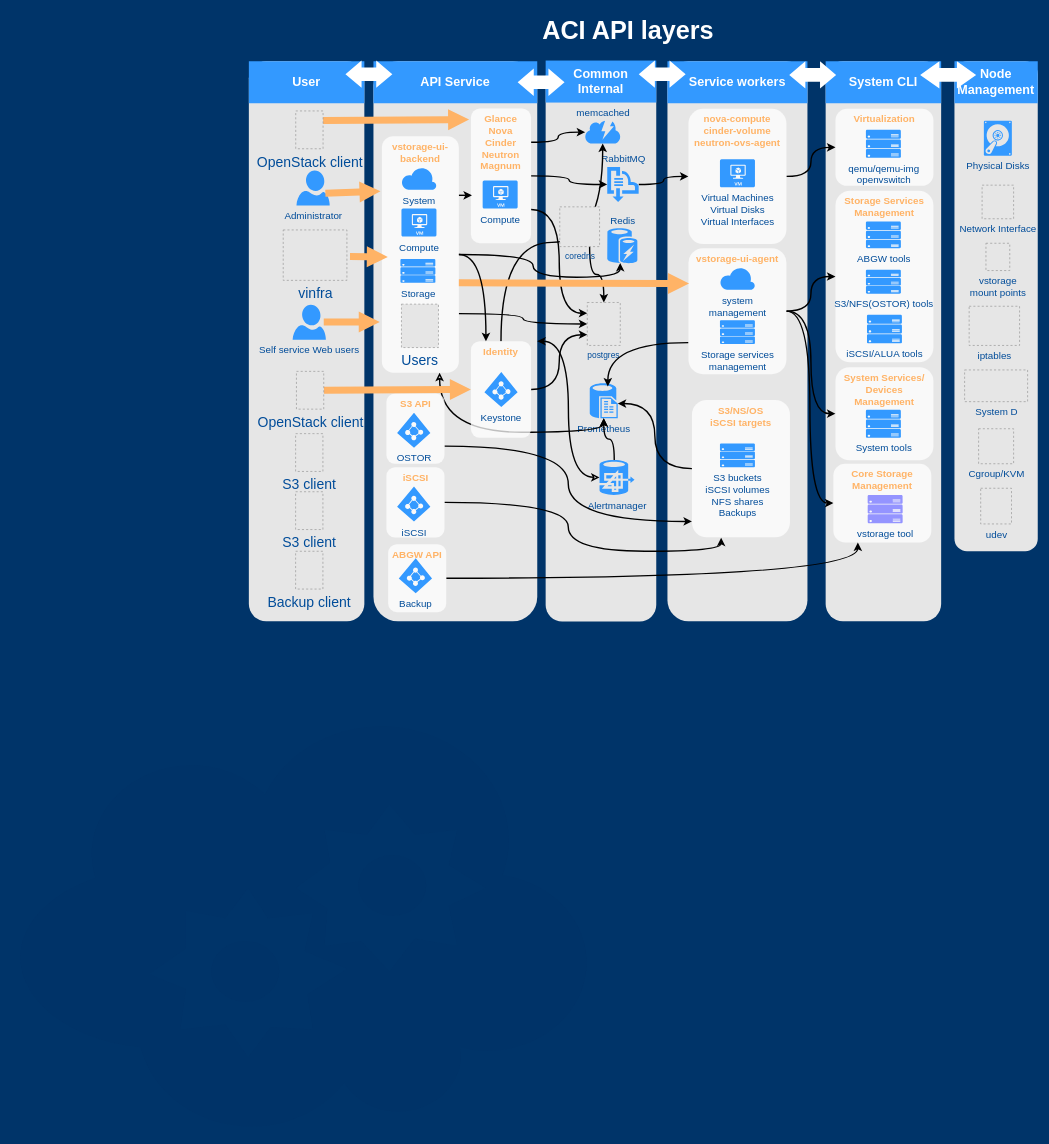
The draw.io diagram ACI-architecture.drawio in mnestratov/diagrams, before the edit. Source tidied: cells renumbered, new cells numbered last; positions are measured from the earlier drawing's top-left corner, leaving out a move shared by most shapes. Both pictures are drawn from the tidied source at 70%, with x=0, y=0 at pixel (12, 12). Pictures stored in the file or linked from it are replaced by grey dashed boxes.
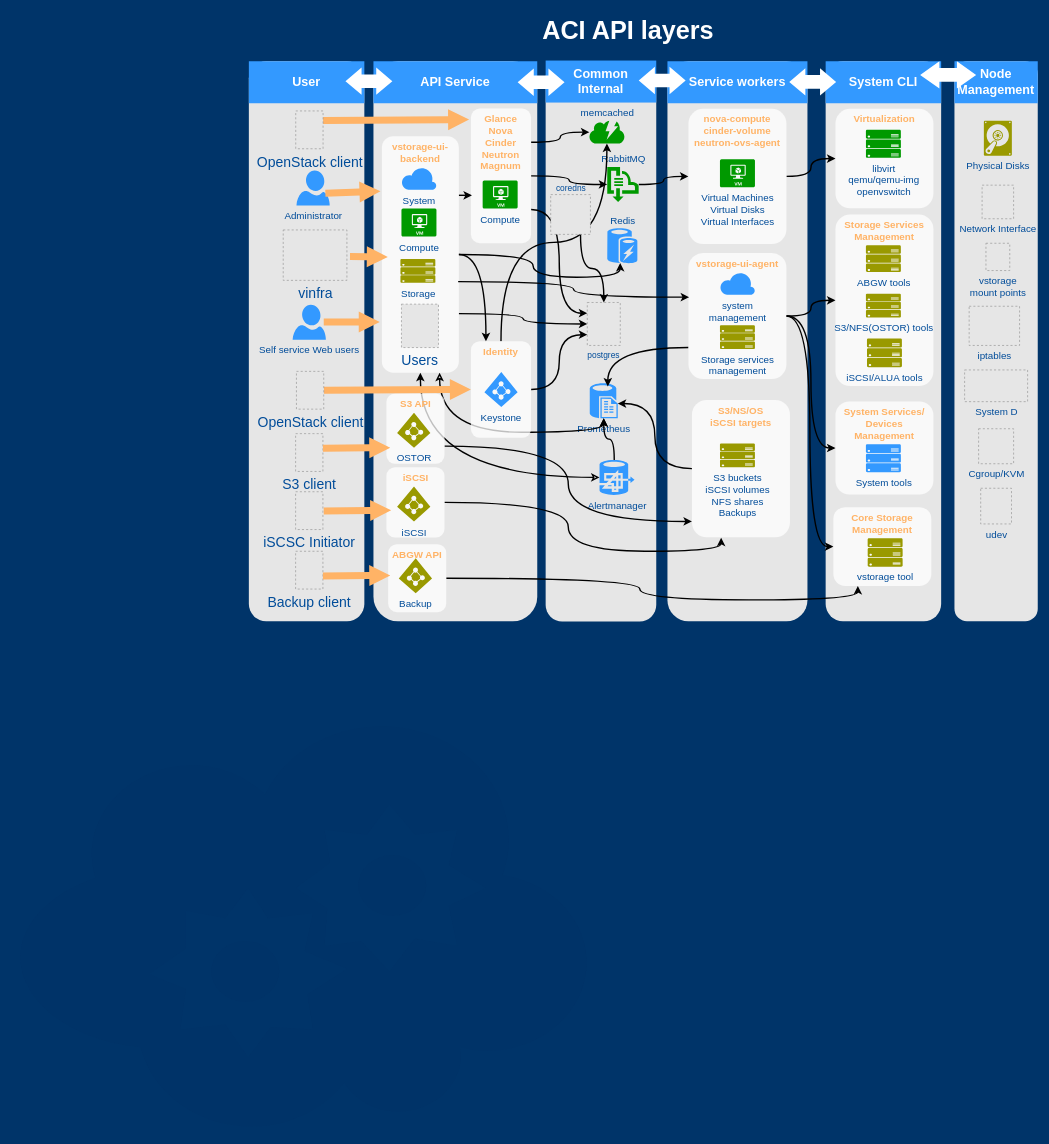
Above is the later version.

Unchanged cells that the change refers to:
```xml
<mxCell id="6" style="rounded=1;whiteSpace=wrap;html=1;dashed=1;strokeColor=none;strokeWidth=2;fillColor=#E6E6E6;fontFamily=Verdana;fontSize=12;fontColor=#00BEF2;" parent="1" vertex="1">
  <mxGeometry x="516" y="70" width="234" height="800" as="geometry" />
</mxCell>
<mxCell id="23" value="Alertmanager" style="verticalLabelPosition=bottom;html=1;verticalAlign=top;strokeColor=none;fillColor=#3399FF;shape=mxgraph.azure.hdinsight;dashed=1;fontSize=14;fontColor=#004C99;" parent="1" vertex="1">
  <mxGeometry x="839" y="639.5" width="50" height="50" as="geometry" />
</mxCell>
<mxCell id="38" value="vstorage-ui-backend" style="rounded=1;whiteSpace=wrap;html=1;dashed=1;strokeColor=none;strokeWidth=2;fillColor=#FFFFFF;fontFamily=Helvetica;fontSize=14;fontColor=#FFB366;opacity=75;verticalAlign=top;fontStyle=1;" parent="1" vertex="1">
  <mxGeometry x="528" y="177" width="110" height="338" as="geometry" />
</mxCell>
```

Diff of the diagram source:
```diff
@@
     <mxCell id="8" style="rounded=1;whiteSpace=wrap;html=1;dashed=1;strokeColor=none;strokeWidth=2;fillColor=#E6E6E6;fontFamily=Verdana;fontSize=12;fontColor=#00BEF2;" parent="1" vertex="1">
-      <mxGeometry x="1346" y="70" width="119" height="700" as="geometry" />
+      <mxGeometry x="1346" y="70" width="119" height="800" as="geometry" />
     </mxCell>
@@
     <mxCell id="14" style="shape=mxgraph.arrows.two_way_arrow_horizontal;html=1;verticalLabelPosition=bottom;verticalAlign=top;strokeWidth=2;strokeColor=none;dashed=1;fillColor=#FFFFFF;fontFamily=Verdana;fontSize=12;fontColor=#00BEF2;" parent="1" vertex="1">
-      <mxGeometry x="476" y="69" width="67" height="39" as="geometry" />
+      <mxGeometry x="476" y="79" width="67" height="39" as="geometry" />
     </mxCell>
     <mxCell id="15" style="shape=mxgraph.arrows.two_way_arrow_horizontal;html=1;verticalLabelPosition=bottom;verticalAlign=top;strokeWidth=2;strokeColor=none;dashed=1;fillColor=#FFFFFF;fontFamily=Verdana;fontSize=12;fontColor=#00BEF2;" parent="1" vertex="1">
-      <mxGeometry x="895" y="69" width="67" height="39" as="geometry" />
+      <mxGeometry x="895" y="78" width="67" height="39" as="geometry" />
     </mxCell>
     <mxCell id="16" style="shape=mxgraph.arrows.two_way_arrow_horizontal;html=1;verticalLabelPosition=bottom;verticalAlign=top;strokeWidth=2;strokeColor=none;dashed=1;fillColor=#FFFFFF;fontFamily=Verdana;fontSize=12;fontColor=#00BEF2;" parent="1" vertex="1">
-      <mxGeometry x="1110" y="70" width="67" height="39" as="geometry" />
+      <mxGeometry x="1110" y="80" width="67" height="39" as="geometry" />
     </mxCell>
@@
-    <mxCell id="22" style="edgeStyle=orthogonalEdgeStyle;curved=1;rounded=0;jettySize=auto;html=1;fontSize=12;fontColor=#004C99;startArrow=classic;startFill=0;strokeColor=default;strokeWidth=2;fillColor=default;" parent="1" edge="1" source="23" target="6">
+    <mxCell id="22" style="edgeStyle=orthogonalEdgeStyle;curved=1;rounded=0;jettySize=auto;html=1;fontSize=12;fontColor=#004C99;startArrow=classic;startFill=0;strokeColor=default;strokeWidth=2;fillColor=default;entryX=0.5;entryY=1;entryDx=0;entryDy=0;" parent="1" edge="1" source="23" target="38">
       <mxGeometry relative="1" as="geometry" />
     </mxCell>
@@
     <mxCell id="24" value="Storage Services Management" style="rounded=1;whiteSpace=wrap;html=1;dashed=1;strokeColor=none;strokeWidth=2;fillColor=#FFFFFF;fontFamily=Helvetica;fontSize=14;fontColor=#FFB366;opacity=75;verticalAlign=top;fontStyle=1;" parent="1" vertex="1">
-      <mxGeometry x="1176" y="255" width="140" height="245" as="geometry" />
+      <mxGeometry x="1176" y="289" width="140" height="245" as="geometry" />
     </mxCell>
-    <mxCell id="25" value="ABGW tools" style="verticalLabelPosition=bottom;html=1;verticalAlign=top;strokeColor=none;fillColor=#3399FF;shape=mxgraph.azure.server_rack;dashed=1;fontFamily=Helvetica;fontSize=14;fontColor=#004C99;" parent="1" vertex="1">
-      <mxGeometry x="1219.5" y="299" width="50" height="38" as="geometry" />
+    <mxCell id="25" value="ABGW tools" style="verticalLabelPosition=bottom;html=1;verticalAlign=top;strokeColor=none;fillColor=#999900;shape=mxgraph.azure.server_rack;dashed=1;fontFamily=Helvetica;fontSize=14;fontColor=#004C99;" parent="1" vertex="1">
+      <mxGeometry x="1219.5" y="333" width="50" height="38" as="geometry" />
     </mxCell>
@@
-    <mxCell id="31" value="memcached" style="verticalLabelPosition=top;html=1;verticalAlign=bottom;strokeColor=none;fillColor=#3399FF;shape=mxgraph.azure.content_delivery_network;dashed=1;fontFamily=Helvetica;fontSize=14;fontColor=#004C99;labelPosition=center;align=center;" parent="1" vertex="1">
-      <mxGeometry x="818.5" y="155" width="50" height="32.5" as="geometry" />
+    <mxCell id="31" value="memcached" style="verticalLabelPosition=top;html=1;verticalAlign=bottom;strokeColor=none;fillColor=#009900;shape=mxgraph.azure.content_delivery_network;dashed=1;fontFamily=Helvetica;fontSize=14;fontColor=#004C99;labelPosition=center;align=center;" parent="1" vertex="1">
+      <mxGeometry x="824.5" y="155" width="50" height="32.5" as="geometry" />
     </mxCell>
@@
-    <mxCell id="33" value="RabbitMQ" style="verticalLabelPosition=top;html=1;verticalAlign=bottom;strokeColor=none;fillColor=#3399FF;shape=mxgraph.azure.service_bus;dashed=1;fontFamily=Helvetica;fontSize=14;fontColor=#004C99;labelPosition=center;align=center;" parent="1" vertex="1">
+    <mxCell id="33" value="RabbitMQ" style="verticalLabelPosition=top;html=1;verticalAlign=bottom;strokeColor=none;fillColor=#009900;shape=mxgraph.azure.service_bus;dashed=1;fontFamily=Helvetica;fontSize=14;fontColor=#004C99;labelPosition=center;align=center;" parent="1" vertex="1">
       <mxGeometry x="850" y="221" width="45" height="50" as="geometry" />
     </mxCell>
@@
-    <mxCell id="40" value="Compute" style="verticalLabelPosition=bottom;html=1;verticalAlign=top;strokeColor=none;fillColor=#3399FF;shape=mxgraph.azure.virtual_machine;dashed=1;fontSize=14;fontColor=#004C99;" parent="1" vertex="1">
+    <mxCell id="40" value="Compute" style="verticalLabelPosition=bottom;html=1;verticalAlign=top;strokeColor=none;fillColor=#009900;shape=mxgraph.azure.virtual_machine;dashed=1;fontSize=14;fontColor=#004C99;" parent="1" vertex="1">
       <mxGeometry x="556" y="280.5" width="50" height="40" as="geometry" />
     </mxCell>
@@
-    <mxCell id="42" value="S3/NFS(OSTOR) tools" style="verticalLabelPosition=bottom;html=1;verticalAlign=top;strokeColor=none;fillColor=#3399FF;shape=mxgraph.azure.server_rack;dashed=1;fontFamily=Helvetica;fontSize=14;fontColor=#004C99;" parent="1" vertex="1">
-      <mxGeometry x="1219.5" y="368" width="50" height="34" as="geometry" />
+    <mxCell id="42" value="S3/NFS(OSTOR) tools" style="verticalLabelPosition=bottom;html=1;verticalAlign=top;strokeColor=none;fillColor=#999900;shape=mxgraph.azure.server_rack;dashed=1;fontFamily=Helvetica;fontSize=14;fontColor=#004C99;" parent="1" vertex="1">
+      <mxGeometry x="1219.5" y="402" width="50" height="34" as="geometry" />
     </mxCell>
-    <mxCell id="43" value="Physical Disks" style="verticalLabelPosition=bottom;html=1;verticalAlign=top;strokeColor=none;fillColor=#3399FF;shape=mxgraph.azure.vhd;dashed=1;fontFamily=Helvetica;fontSize=14;fontColor=#004C99;" parent="1" vertex="1">
+    <mxCell id="43" value="Physical Disks" style="verticalLabelPosition=bottom;html=1;verticalAlign=top;strokeColor=none;fillColor=#999900;shape=mxgraph.azure.vhd;dashed=1;fontFamily=Helvetica;fontSize=14;fontColor=#004C99;" parent="1" vertex="1">
       <mxGeometry x="1388" y="155" width="40" height="50" as="geometry" />
     </mxCell>
@@
-    <mxCell id="47" value="iSCSI/ALUA tools" style="verticalLabelPosition=bottom;html=1;verticalAlign=top;strokeColor=none;fillColor=#3399FF;shape=mxgraph.azure.server_rack;dashed=1;fontFamily=Helvetica;fontSize=14;fontColor=#004C99;" parent="1" vertex="1">
-      <mxGeometry x="1221" y="432" width="50" height="41" as="geometry" />
+    <mxCell id="47" value="iSCSI/ALUA tools" style="verticalLabelPosition=bottom;html=1;verticalAlign=top;strokeColor=none;fillColor=#999900;shape=mxgraph.azure.server_rack;dashed=1;fontFamily=Helvetica;fontSize=14;fontColor=#004C99;" parent="1" vertex="1">
+      <mxGeometry x="1221" y="466" width="50" height="41" as="geometry" />
     </mxCell>
     <mxCell id="48" value="Core Storage Management" style="rounded=1;whiteSpace=wrap;html=1;dashed=1;strokeColor=none;strokeWidth=2;fillColor=#FFFFFF;fontFamily=Helvetica;fontSize=14;fontColor=#FFB366;opacity=75;verticalAlign=top;fontStyle=1;" parent="1" vertex="1">
-      <mxGeometry x="1173" y="645" width="140" height="112.5" as="geometry" />
+      <mxGeometry x="1173" y="707" width="140" height="112.5" as="geometry" />
     </mxCell>
-    <mxCell id="49" value="vstorage tool" style="verticalLabelPosition=bottom;html=1;verticalAlign=top;strokeColor=none;fillColor=#9494FF;shape=mxgraph.azure.server_rack;dashed=1;fontFamily=Helvetica;fontSize=14;fontColor=#004C99;" parent="1" vertex="1">
-      <mxGeometry x="1222" y="689.5" width="50" height="40.5" as="geometry" />
+    <mxCell id="49" value="vstorage tool" style="verticalLabelPosition=bottom;html=1;verticalAlign=top;strokeColor=none;fillColor=#999900;shape=mxgraph.azure.server_rack;dashed=1;fontFamily=Helvetica;fontSize=14;fontColor=#004C99;" parent="1" vertex="1">
+      <mxGeometry x="1222" y="751.5" width="50" height="40.5" as="geometry" />
     </mxCell>
@@
     <mxCell id="51" value="System Services/ Devices Management" style="rounded=1;whiteSpace=wrap;html=1;dashed=1;strokeColor=none;strokeWidth=2;fillColor=#FFFFFF;fontFamily=Helvetica;fontSize=14;fontColor=#FFB366;opacity=75;verticalAlign=top;fontStyle=1;" parent="1" vertex="1">
-      <mxGeometry x="1176" y="507" width="140" height="133" as="geometry" />
+      <mxGeometry x="1176" y="556" width="140" height="133" as="geometry" />
     </mxCell>
     <mxCell id="52" value="System tools" style="verticalLabelPosition=bottom;html=1;verticalAlign=top;strokeColor=none;fillColor=#3399FF;shape=mxgraph.azure.server_rack;dashed=1;fontFamily=Helvetica;fontSize=14;fontColor=#004C99;" parent="1" vertex="1">
-      <mxGeometry x="1219.5" y="568" width="50" height="40" as="geometry" />
+      <mxGeometry x="1219.5" y="617" width="50" height="40" as="geometry" />
     </mxCell>
@@
     <mxCell id="57" value="Virtualization" style="rounded=1;whiteSpace=wrap;html=1;dashed=1;strokeColor=none;strokeWidth=2;fillColor=#FFFFFF;fontFamily=Helvetica;fontSize=14;fontColor=#FFB366;opacity=75;verticalAlign=top;fontStyle=1;" parent="1" vertex="1">
-      <mxGeometry x="1176" y="138" width="140" height="110" as="geometry" />
+      <mxGeometry x="1176" y="138" width="140" height="142" as="geometry" />
     </mxCell>
-    <mxCell id="58" value="qemu/qemu-img&lt;br&gt;openvswitch" style="verticalLabelPosition=bottom;html=1;verticalAlign=top;strokeColor=none;fillColor=#3399FF;shape=mxgraph.azure.server_rack;dashed=1;fontFamily=Helvetica;fontSize=14;fontColor=#004C99;" parent="1" vertex="1">
+    <mxCell id="58" value="libvirt&lt;br&gt;qemu/qemu-img&lt;br&gt;openvswitch" style="verticalLabelPosition=bottom;html=1;verticalAlign=top;strokeColor=none;fillColor=#009900;shape=mxgraph.azure.server_rack;dashed=1;fontFamily=Helvetica;fontSize=14;fontColor=#004C99;" parent="1" vertex="1">
       <mxGeometry x="1219.5" y="168" width="50" height="40" as="geometry" />
     </mxCell>
@@
     <mxCell id="62" value="vstorage-ui-agent" style="rounded=1;whiteSpace=wrap;html=1;dashed=1;strokeColor=none;strokeWidth=2;fillColor=#FFFFFF;fontFamily=Helvetica;fontSize=14;fontColor=#FFB366;opacity=75;verticalAlign=top;fontStyle=1;" parent="1" vertex="1">
-      <mxGeometry x="966" y="337" width="140" height="180" as="geometry" />
+      <mxGeometry x="966" y="344" width="140" height="180" as="geometry" />
     </mxCell>
     <mxCell id="63" value="system&lt;br&gt;management" style="verticalLabelPosition=bottom;html=1;verticalAlign=top;strokeColor=none;fillColor=#3399FF;shape=mxgraph.azure.cloud;dashed=1;fontSize=14;fontColor=#004C99;" parent="1" vertex="1">
-      <mxGeometry x="1011" y="364" width="50" height="32.5" as="geometry" />
+      <mxGeometry x="1011" y="371" width="50" height="32.5" as="geometry" />
     </mxCell>
@@
-    <mxCell id="66" value="Virtual Machines&lt;br&gt;Virtual Disks&lt;br&gt;Virtual Interfaces" style="verticalLabelPosition=bottom;html=1;verticalAlign=top;strokeColor=none;fillColor=#3399FF;shape=mxgraph.azure.virtual_machine;dashed=1;fontSize=14;fontColor=#004C99;" parent="1" vertex="1">
+    <mxCell id="66" value="Virtual Machines&lt;br&gt;Virtual Disks&lt;br&gt;Virtual Interfaces" style="verticalLabelPosition=bottom;html=1;verticalAlign=top;strokeColor=none;fillColor=#009900;shape=mxgraph.azure.virtual_machine;dashed=1;fontSize=14;fontColor=#004C99;" parent="1" vertex="1">
       <mxGeometry x="1011" y="210" width="50" height="40" as="geometry" />
     </mxCell>
-    <mxCell id="67" value="Storage services&lt;br&gt;management" style="verticalLabelPosition=bottom;html=1;verticalAlign=top;strokeColor=none;fillColor=#3399FF;shape=mxgraph.azure.server_rack;dashed=1;fontFamily=Helvetica;fontSize=14;fontColor=#004C99;" parent="1" vertex="1">
-      <mxGeometry x="1011" y="440" width="50" height="34" as="geometry" />
+    <mxCell id="67" value="Storage services&lt;br&gt;management" style="verticalLabelPosition=bottom;html=1;verticalAlign=top;strokeColor=none;fillColor=#999900;shape=mxgraph.azure.server_rack;dashed=1;fontFamily=Helvetica;fontSize=14;fontColor=#004C99;" parent="1" vertex="1">
+      <mxGeometry x="1011" y="447" width="50" height="34" as="geometry" />
     </mxCell>
@@
-    <mxCell id="72" value="Storage" style="verticalLabelPosition=bottom;html=1;verticalAlign=top;strokeColor=none;fillColor=#3399FF;shape=mxgraph.azure.server_rack;dashed=1;fontFamily=Helvetica;fontSize=14;fontColor=#004C99;" parent="1" vertex="1">
+    <mxCell id="72" value="Storage" style="verticalLabelPosition=bottom;html=1;verticalAlign=top;strokeColor=none;fillColor=#999900;shape=mxgraph.azure.server_rack;dashed=1;fontFamily=Helvetica;fontSize=14;fontColor=#004C99;" parent="1" vertex="1">
       <mxGeometry x="554.5" y="352.6" width="50" height="34" as="geometry" />
     </mxCell>
@@
-    <mxCell id="74" value="S3 client" style="fillColor=#E6E6E6;strokeColor=#999999;dashed=1;verticalLabelPosition=bottom;labelBackgroundColor=none;verticalAlign=top;fontSize=20;fontColor=#004C99;html=1;" parent="1" vertex="1">
+    <mxCell id="74" value="iSCSC Initiator" style="fillColor=#E6E6E6;strokeColor=#999999;dashed=1;verticalLabelPosition=bottom;labelBackgroundColor=none;verticalAlign=top;fontSize=20;fontColor=#004C99;html=1;" parent="1" vertex="1">
       <mxGeometry x="404.8" y="685" width="39" height="54" as="geometry" />
     </mxCell>
-    <mxCell id="75" value="S3 buckets&lt;br&gt;iSCSI volumes&lt;br&gt;NFS shares&lt;br&gt;Backups" style="verticalLabelPosition=bottom;html=1;verticalAlign=top;strokeColor=none;fillColor=#3399FF;shape=mxgraph.azure.server_rack;dashed=1;fontFamily=Helvetica;fontSize=14;fontColor=#004C99;" parent="1" vertex="1">
+    <mxCell id="75" value="S3 buckets&lt;br&gt;iSCSI volumes&lt;br&gt;NFS shares&lt;br&gt;Backups" style="verticalLabelPosition=bottom;html=1;verticalAlign=top;strokeColor=none;fillColor=#999900;shape=mxgraph.azure.server_rack;dashed=1;fontFamily=Helvetica;fontSize=14;fontColor=#004C99;" parent="1" vertex="1">
       <mxGeometry x="1011" y="616" width="50" height="34" as="geometry" />
     </mxCell>
@@
-    <mxCell id="82" value="Backup" style="verticalLabelPosition=bottom;html=1;verticalAlign=top;strokeColor=none;fillColor=#3399FF;shape=mxgraph.azure.azure_active_directory;dashed=1;fontFamily=Helvetica;fontSize=14;fontColor=#004C99;" parent="1" vertex="1">
+    <mxCell id="82" value="Backup" style="verticalLabelPosition=bottom;html=1;verticalAlign=top;strokeColor=none;fillColor=#999900;shape=mxgraph.azure.azure_active_directory;dashed=1;fontFamily=Helvetica;fontSize=14;fontColor=#004C99;" parent="1" vertex="1">
       <mxGeometry x="552.2" y="780" width="47.5" height="50" as="geometry" />
     </mxCell>
@@
-    <mxCell id="88" value="iSCSI" style="verticalLabelPosition=bottom;html=1;verticalAlign=top;strokeColor=none;fillColor=#3399FF;shape=mxgraph.azure.azure_active_directory;dashed=1;fontFamily=Helvetica;fontSize=14;fontColor=#004C99;" parent="1" vertex="1">
+    <mxCell id="88" value="iSCSI" style="verticalLabelPosition=bottom;html=1;verticalAlign=top;strokeColor=none;fillColor=#999900;shape=mxgraph.azure.azure_active_directory;dashed=1;fontFamily=Helvetica;fontSize=14;fontColor=#004C99;" parent="1" vertex="1">
       <mxGeometry x="549.8" y="677.5" width="47.5" height="50" as="geometry" />
     </mxCell>
@@
-    <mxCell id="90" value="Compute" style="verticalLabelPosition=bottom;html=1;verticalAlign=top;strokeColor=none;fillColor=#3399FF;shape=mxgraph.azure.virtual_machine;dashed=1;fontSize=14;fontColor=#004C99;" parent="1" vertex="1">
+    <mxCell id="90" value="Compute" style="verticalLabelPosition=bottom;html=1;verticalAlign=top;strokeColor=none;fillColor=#009900;shape=mxgraph.azure.virtual_machine;dashed=1;fontSize=14;fontColor=#004C99;" parent="1" vertex="1">
       <mxGeometry x="672" y="240.5" width="50" height="40" as="geometry" />
     </mxCell>
@@
-    <mxCell id="93" value="OSTOR" style="verticalLabelPosition=bottom;html=1;verticalAlign=top;strokeColor=none;fillColor=#3399FF;shape=mxgraph.azure.azure_active_directory;dashed=1;fontFamily=Helvetica;fontSize=14;fontColor=#004C99;" parent="1" vertex="1">
+    <mxCell id="93" value="OSTOR" style="verticalLabelPosition=bottom;html=1;verticalAlign=top;strokeColor=none;fillColor=#999900;shape=mxgraph.azure.azure_active_directory;dashed=1;fontFamily=Helvetica;fontSize=14;fontColor=#004C99;" parent="1" vertex="1">
       <mxGeometry x="549.8" y="572" width="47.5" height="50" as="geometry" />
     </mxCell>
@@
-    <mxCell id="99" style="arrow;html=1;endArrow=block;endFill=1;strokeColor=none;strokeWidth=4;fontFamily=Helvetica;fontSize=36;fontColor=#FFB366;fillColor=#FFB366;entryX=0.006;entryY=0.281;entryDx=0;entryDy=0;entryPerimeter=0;exitX=1;exitY=0.25;exitDx=0;exitDy=0;" parent="1" edge="1" target="62">
-      <mxGeometry relative="1" as="geometry">
-        <mxPoint x="638" y="386.6" as="sourcePoint" />
-      </mxGeometry>
-    </mxCell>
@@
-    <mxCell id="102" value="coredns" style="fillColor=#E6E6E6;strokeColor=#999999;dashed=1;verticalLabelPosition=bottom;labelBackgroundColor=none;verticalAlign=top;fontSize=12;fontColor=#004C99;html=1;" parent="1" vertex="1">
-      <mxGeometry x="782.2" y="278" width="56.8" height="56.8" as="geometry" />
+    <mxCell id="102" value="coredns" style="fillColor=#E6E6E6;strokeColor=#999999;dashed=1;verticalLabelPosition=top;labelBackgroundColor=none;verticalAlign=bottom;fontSize=12;fontColor=#004C99;html=1;labelPosition=center;align=center;" parent="1" vertex="1">
+      <mxGeometry x="769.2" y="260.5" width="56.8" height="56.8" as="geometry" />
     </mxCell>
@@
+    <mxCell id="104" style="arrow;html=1;endArrow=block;endFill=1;strokeColor=none;strokeWidth=4;fontFamily=Helvetica;fontSize=36;fontColor=#FFB366;fillColor=#FFB366;" parent="1" edge="1">
+      <mxGeometry relative="1" as="geometry">
+        <mxPoint x="443.8" y="623" as="sourcePoint" />
+        <mxPoint x="540" y="622" as="targetPoint" />
+      </mxGeometry>
+    </mxCell>
+    <mxCell id="105" style="arrow;html=1;endArrow=block;endFill=1;strokeColor=none;strokeWidth=4;fontFamily=Helvetica;fontSize=36;fontColor=#FFB366;fillColor=#FFB366;" parent="1" edge="1">
+      <mxGeometry relative="1" as="geometry">
+        <mxPoint x="445" y="712.5" as="sourcePoint" />
+        <mxPoint x="541.3" y="711.5" as="targetPoint" />
+      </mxGeometry>
+    </mxCell>
+    <mxCell id="106" style="arrow;html=1;endArrow=block;endFill=1;strokeColor=none;strokeWidth=4;fontFamily=Helvetica;fontSize=36;fontColor=#FFB366;fillColor=#FFB366;" parent="1" edge="1">
+      <mxGeometry relative="1" as="geometry">
+        <mxPoint x="443.8" y="805.5" as="sourcePoint" />
+        <mxPoint x="540" y="804.5" as="targetPoint" />
+      </mxGeometry>
+    </mxCell>
+    <mxCell id="107" style="edgeStyle=orthogonalEdgeStyle;curved=1;rounded=0;jettySize=auto;html=1;exitX=0.991;exitY=0.615;exitDx=0;exitDy=0;entryX=0.007;entryY=0.35;entryDx=0;entryDy=0;fontSize=12;fontColor=#004C99;strokeColor=default;strokeWidth=2;fillColor=default;exitPerimeter=0;entryPerimeter=0;" parent="1" edge="1" source="38" target="62">
+      <mxGeometry relative="1" as="geometry" />
+    </mxCell>
```
